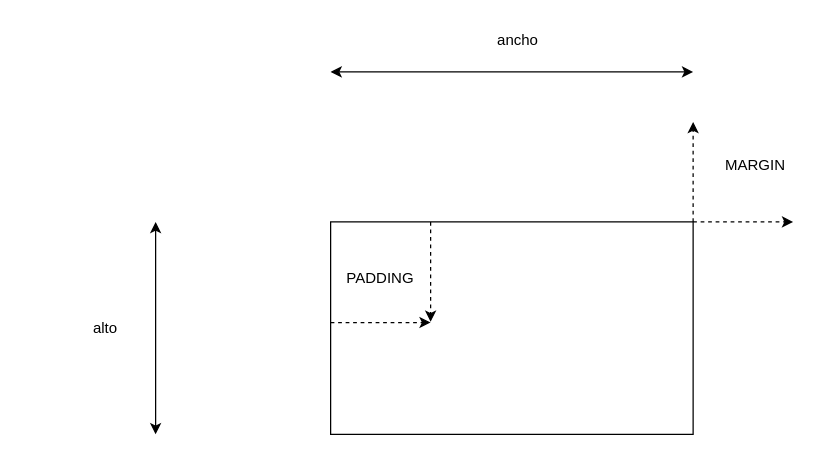
The draw.io diagram page "Página-21" (21 of 23) of dibujos.drawio in lrag/MEAN_2021_2, before the edit. Source tidied: cells renumbered, new cells numbered last; positions are measured from the earlier drawing's top-left corner, leaving out a move shared by most shapes. Both pictures are drawn from the tidied source at 125%, with x=0, y=0 at pixel (68, 21).
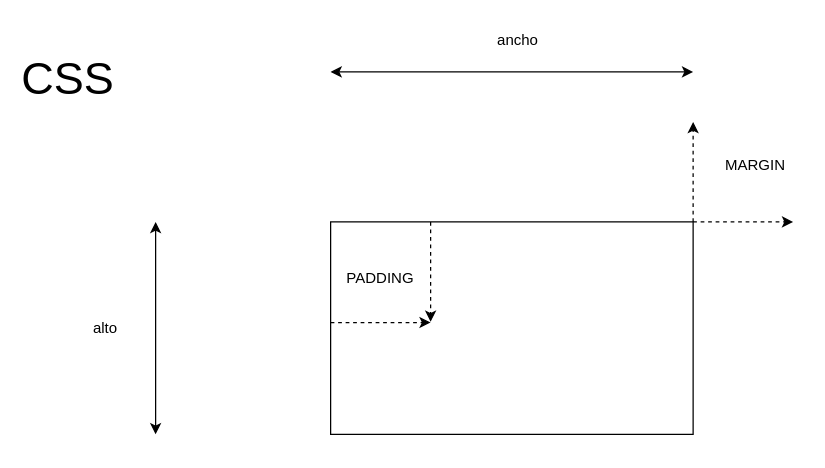
After the change.

Diff of the diagram source:
```diff
@@
 <mxGraphModel>
   <root>
     <mxCell id="0" />
     <mxCell id="1" parent="0" />
     <mxCell id="2" style="rounded=0;whiteSpace=wrap;html=1;" parent="1" vertex="1">
       <mxGeometry x="210" y="160" width="290" height="170" as="geometry" />
     </mxCell>
     <mxCell id="3" style="endArrow=classic;startArrow=classic;html=1;rounded=0;edgeStyle=orthogonalEdgeStyle;" parent="1" edge="1">
       <mxGeometry relative="1" as="geometry">
         <mxPoint x="210" y="40" as="sourcePoint" />
         <mxPoint x="500" y="40" as="targetPoint" />
       </mxGeometry>
     </mxCell>
     <mxCell id="4" style="endArrow=classic;startArrow=classic;html=1;rounded=0;edgeStyle=orthogonalEdgeStyle;" parent="1" edge="1">
       <mxGeometry relative="1" as="geometry">
         <mxPoint x="70" y="330" as="sourcePoint" />
         <mxPoint x="70" y="160" as="targetPoint" />
       </mxGeometry>
     </mxCell>
     <mxCell id="5" value="ancho" style="text;html=1;strokeColor=none;fillColor=none;align=center;verticalAlign=middle;whiteSpace=wrap;rounded=0;" parent="1" vertex="1">
       <mxGeometry x="330" width="60" height="30" as="geometry" />
     </mxCell>
     <mxCell id="6" value="alto" style="text;html=1;strokeColor=none;fillColor=none;align=center;verticalAlign=middle;whiteSpace=wrap;rounded=0;" parent="1" vertex="1">
       <mxGeometry y="230" width="60" height="30" as="geometry" />
     </mxCell>
     <mxCell id="7" style="endArrow=classic;html=1;rounded=0;edgeStyle=orthogonalEdgeStyle;dashed=1;" parent="1" edge="1">
       <mxGeometry relative="1" as="geometry">
         <mxPoint x="500" y="160" as="sourcePoint" />
         <mxPoint x="580" y="160" as="targetPoint" />
       </mxGeometry>
     </mxCell>
     <mxCell id="8" style="endArrow=classic;html=1;rounded=0;edgeStyle=orthogonalEdgeStyle;dashed=1;" parent="1" edge="1">
       <mxGeometry relative="1" as="geometry">
         <mxPoint x="210" y="240.5" as="sourcePoint" />
         <mxPoint x="290" y="240.5" as="targetPoint" />
       </mxGeometry>
     </mxCell>
     <mxCell id="9" style="endArrow=classic;html=1;rounded=0;dashed=1;edgeStyle=orthogonalEdgeStyle;" parent="1" edge="1">
       <mxGeometry relative="1" as="geometry">
         <mxPoint x="500" y="160" as="sourcePoint" />
         <mxPoint x="500" y="80" as="targetPoint" />
       </mxGeometry>
     </mxCell>
     <mxCell id="10" value="MARGIN" style="text;html=1;strokeColor=none;fillColor=none;align=center;verticalAlign=middle;whiteSpace=wrap;rounded=0;" parent="1" vertex="1">
       <mxGeometry x="520" y="100" width="60" height="30" as="geometry" />
     </mxCell>
     <mxCell id="11" style="endArrow=classic;html=1;exitX=0.5;exitY=0;exitDx=0;exitDy=0;dashed=1;" parent="1" edge="1">
       <mxGeometry relative="1" as="geometry">
         <mxPoint x="290" y="160" as="sourcePoint" />
         <mxPoint x="290" y="240" as="targetPoint" />
       </mxGeometry>
     </mxCell>
     <mxCell id="12" value="PADDING" style="text;html=1;strokeColor=none;fillColor=none;align=center;verticalAlign=middle;whiteSpace=wrap;rounded=0;" parent="1" vertex="1">
       <mxGeometry x="220" y="190" width="60" height="30" as="geometry" />
     </mxCell>
+    <mxCell id="13" value="&lt;font style=&quot;font-size: 36px&quot;&gt;CSS&lt;/font&gt;" style="text;html=1;strokeColor=none;fillColor=none;align=center;verticalAlign=middle;whiteSpace=wrap;rounded=0;" parent="1" vertex="1">
+      <mxGeometry x="-30" y="30" width="60" height="30" as="geometry" />
+    </mxCell>
   </root>
 </mxGraphModel>
```
